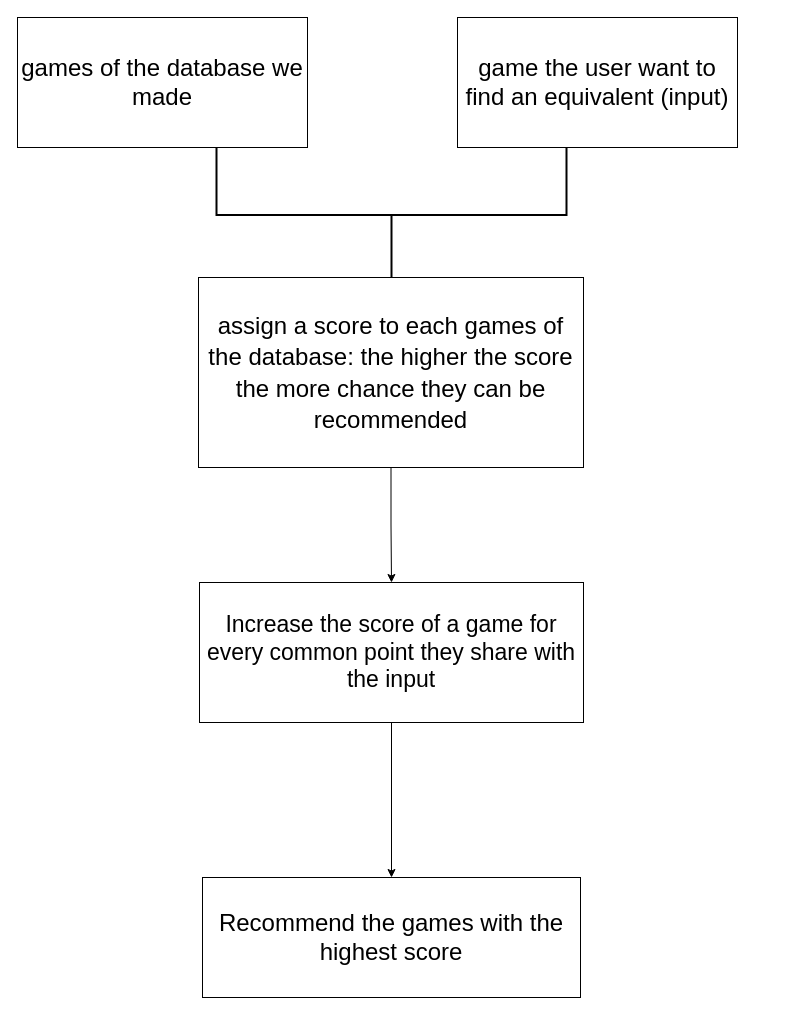
lnolland/games_recommandation_algorithm keeps this draw.io diagram as Untitled Diagram.drawio. Above is the earlier version. Source tidied: cells renumbered, new cells numbered last; positions are measured from the earlier drawing's top-left corner, leaving out a move shared by most shapes. Both pictures are drawn from the tidied source at 100%, with x=0, y=0 at pixel (17, 17).
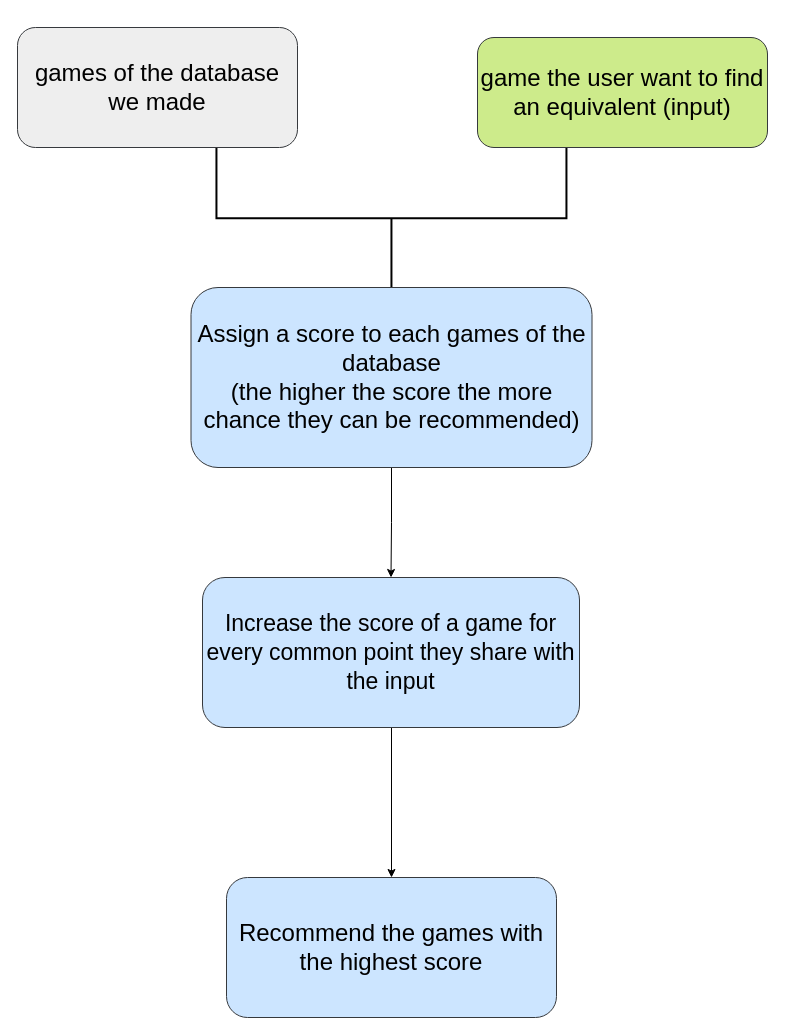
After the change.

Change to the diagram source:
```diff
@@
 <mxGraphModel>
   <root>
     <mxCell id="0" />
     <mxCell id="1" parent="0" />
+    <mxCell id="3" style="edgeStyle=orthogonalEdgeStyle;rounded=0;orthogonalLoop=1;jettySize=auto;html=1;fontSize=24;entryX=0.5;entryY=0;entryDx=0;entryDy=0;" parent="1" edge="1">
+      <mxGeometry relative="1" as="geometry">
+        <mxPoint x="374" y="705" as="sourcePoint" />
+        <mxPoint x="374" y="860" as="targetPoint" />
+      </mxGeometry>
+    </mxCell>
+    <mxCell id="6" style="strokeWidth=2;html=1;shape=mxgraph.flowchart.annotation_2;align=left;labelPosition=right;fontSize=20;rotation=-90;" parent="1" vertex="1">
+      <mxGeometry x="303.2" y="25.8" width="141.5" height="350" as="geometry" />
+    </mxCell>
+    <mxCell id="5" value="games of the database we made" style="rounded=1;whiteSpace=wrap;html=1;fontSize=24;fillColor=#eeeeee;strokeColor=#36393d;" parent="1" vertex="1">
+      <mxGeometry y="10" width="280" height="120" as="geometry" />
+    </mxCell>
-    <mxCell id="2" value="&lt;font style=&quot;font-size: 24px;&quot;&gt;game the user want to find an equivalent (input)&lt;/font&gt;" style="rounded=0;whiteSpace=wrap;html=1;" parent="1" vertex="1">
-      <mxGeometry x="440" width="280" height="130" as="geometry" />
+    <mxCell id="2" value="game the user want to find an equivalent (input)" style="rounded=1;whiteSpace=wrap;html=1;fontSize=24;fillColor=#cdeb8b;strokeColor=#36393d;" parent="1" vertex="1">
+      <mxGeometry x="460" y="20" width="290" height="110" as="geometry" />
     </mxCell>
-    <mxCell id="3" style="edgeStyle=orthogonalEdgeStyle;rounded=0;jettySize=auto;html=1;fontSize=24;entryX=0.5;entryY=0;entryDx=0;entryDy=0;" parent="1" edge="1" source="4" target="9">
-      <mxGeometry relative="1" as="geometry" />
-    </mxCell>
+    <mxCell id="10" style="edgeStyle=orthogonalEdgeStyle;rounded=0;jettySize=auto;html=1;entryX=0.5;entryY=0;entryDx=0;entryDy=0;fontSize=24;" parent="1" edge="1" source="11" target="4">
+      <mxGeometry relative="1" as="geometry" />
+    </mxCell>
+    <mxCell id="11" value="Assign a score to each games of the database&lt;br&gt;(the higher the score the more chance they can be recommended)" style="rounded=1;whiteSpace=wrap;html=1;fontSize=24;fillColor=#cce5ff;strokeColor=#36393d;" parent="1" vertex="1">
+      <mxGeometry x="173.5" y="270" width="401" height="180" as="geometry" />
+    </mxCell>
-    <mxCell id="4" value="&lt;font style=&quot;font-size: 23px;&quot;&gt;Increase the score of a game for every common point they share with the input&lt;/font&gt;" style="rounded=0;whiteSpace=wrap;html=1;" parent="1" vertex="1">
-      <mxGeometry x="182" y="565" width="384" height="140" as="geometry" />
+    <mxCell id="4" value="&lt;span style=&quot;font-size: 23px;&quot;&gt;Increase the score of a game for every common point they share with the input&lt;/span&gt;" style="rounded=1;whiteSpace=wrap;html=1;fontSize=24;fillColor=#cce5ff;strokeColor=#36393d;" parent="1" vertex="1">
+      <mxGeometry x="185" y="560" width="377" height="150" as="geometry" />
     </mxCell>
-    <mxCell id="5" value="games of the database we made" style="rounded=0;whiteSpace=wrap;html=1;fontSize=24;" parent="1" vertex="1">
-      <mxGeometry width="290" height="130" as="geometry" />
-    </mxCell>
-    <mxCell id="6" style="strokeWidth=2;html=1;shape=mxgraph.flowchart.annotation_2;align=left;labelPosition=right;fontSize=20;rotation=-90;" parent="1" vertex="1">
-      <mxGeometry x="306.5" y="22.5" width="135" height="350" as="geometry" />
-    </mxCell>
-    <mxCell id="7" style="edgeStyle=orthogonalEdgeStyle;rounded=0;jettySize=auto;html=1;entryX=0.5;entryY=0;entryDx=0;entryDy=0;fontSize=24;" parent="1" edge="1" source="8" target="4">
-      <mxGeometry relative="1" as="geometry" />
-    </mxCell>
-    <mxCell id="8" value="&lt;font style=&quot;font-size: 24px;&quot;&gt;assign a score to each games of the database: the higher the score the more chance they can be recommended&lt;/font&gt;" style="rounded=0;whiteSpace=wrap;html=1;fontSize=26;" parent="1" vertex="1">
-      <mxGeometry x="181" y="260" width="385" height="190" as="geometry" />
-    </mxCell>
-    <mxCell id="9" value="&lt;font style=&quot;font-size: 24px;&quot;&gt;Recommend the games with the highest score&lt;/font&gt;" style="rounded=0;whiteSpace=wrap;html=1;fontSize=20;" parent="1" vertex="1">
-      <mxGeometry x="185" y="860" width="378" height="120" as="geometry" />
+    <mxCell id="9" value="Recommend the games with the highest score" style="rounded=1;whiteSpace=wrap;html=1;fontSize=24;fillColor=#cce5ff;strokeColor=#36393d;" parent="1" vertex="1">
+      <mxGeometry x="209" y="860" width="330" height="140" as="geometry" />
     </mxCell>
   </root>
 </mxGraphModel>
```
